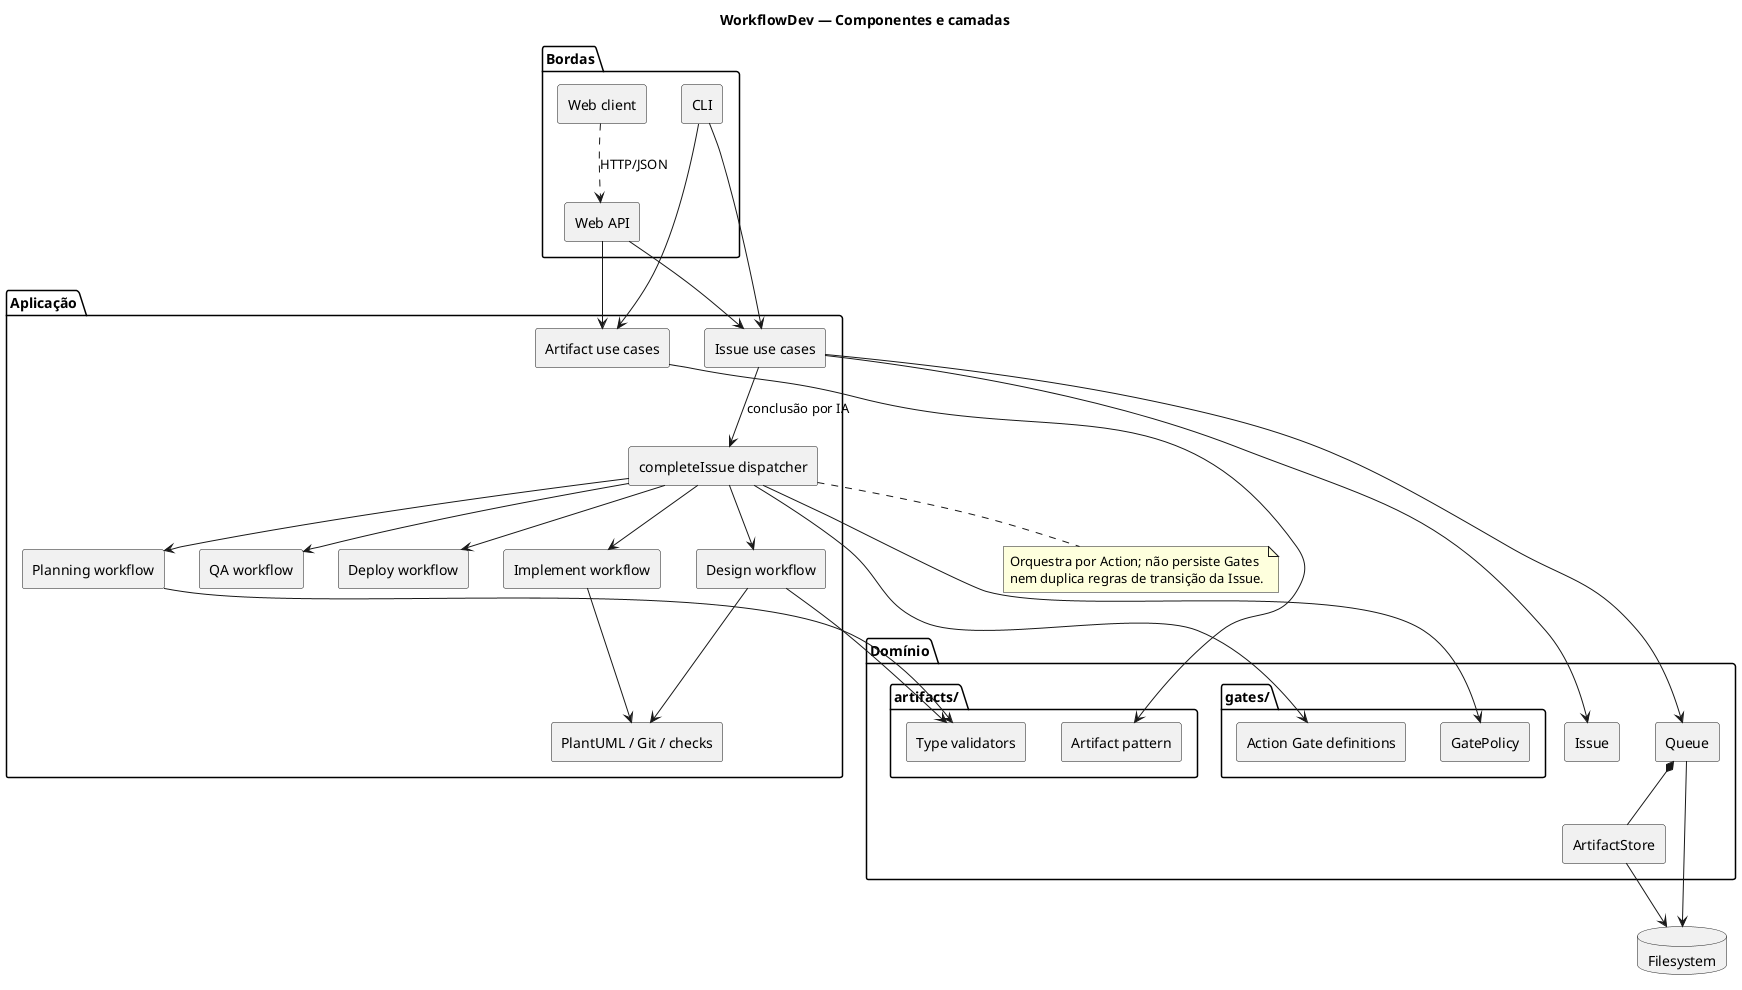
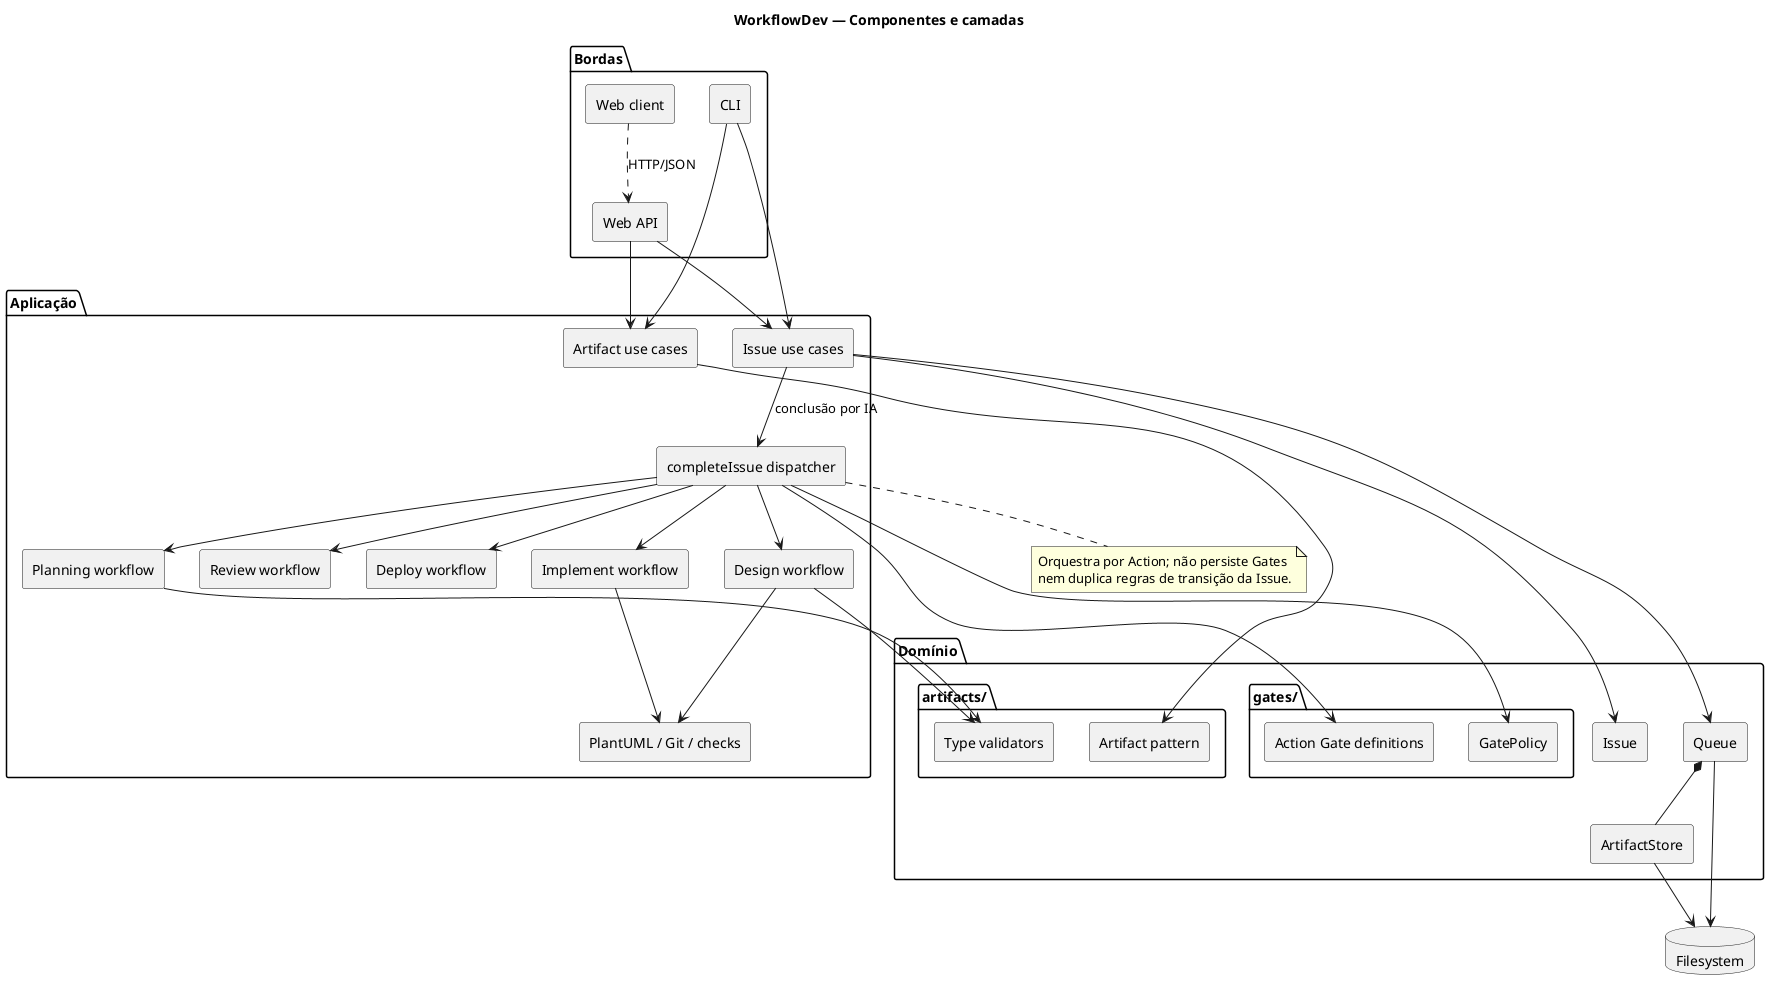
@startuml components
title WorkflowDev — Componentes e camadas
skinparam componentStyle rectangle

package "Bordas" {
  [CLI] as CLI
  [Web API] as API
  [Web client] as WEB
}

package "Aplicação" {
  [Issue use cases] as IUC
  [Artifact use cases] as AUC
  [completeIssue dispatcher] as COMPLETE
  [Planning workflow] as PLAN
  [Design workflow] as DESIGN
  [Implement workflow] as IMPLEMENT
-   [QA workflow] as QA
+   [Review workflow] as REVIEW
  [Deploy workflow] as DEPLOY
  [PlantUML / Git / checks] as EFFECTS
}

package "Domínio" {
  [Issue] as ISSUE
  package "artifacts/" {
    [Artifact pattern] as ARTIFACT
    [Type validators] as SPECS
  }
  package "gates/" {
    [Action Gate definitions] as GATES
    [GatePolicy] as POLICY
  }
  [Queue] as QUEUE
  [ArtifactStore] as STORE
}

database "Filesystem" as FS

CLI --> IUC
CLI --> AUC
API --> IUC
API --> AUC
WEB ..> API : HTTP/JSON
IUC --> COMPLETE : conclusão por IA
COMPLETE --> PLAN
COMPLETE --> DESIGN
COMPLETE --> IMPLEMENT
- COMPLETE --> QA
+ COMPLETE --> REVIEW
COMPLETE --> DEPLOY
COMPLETE --> GATES
COMPLETE --> POLICY
DESIGN --> EFFECTS
IMPLEMENT --> EFFECTS
AUC --> ARTIFACT
PLAN --> SPECS
DESIGN --> SPECS
IUC --> ISSUE
IUC --> QUEUE
QUEUE *-- STORE
QUEUE --> FS
STORE --> FS

note bottom of COMPLETE
  Orquestra por Action; não persiste Gates
  nem duplica regras de transição da Issue.
end note
@enduml
